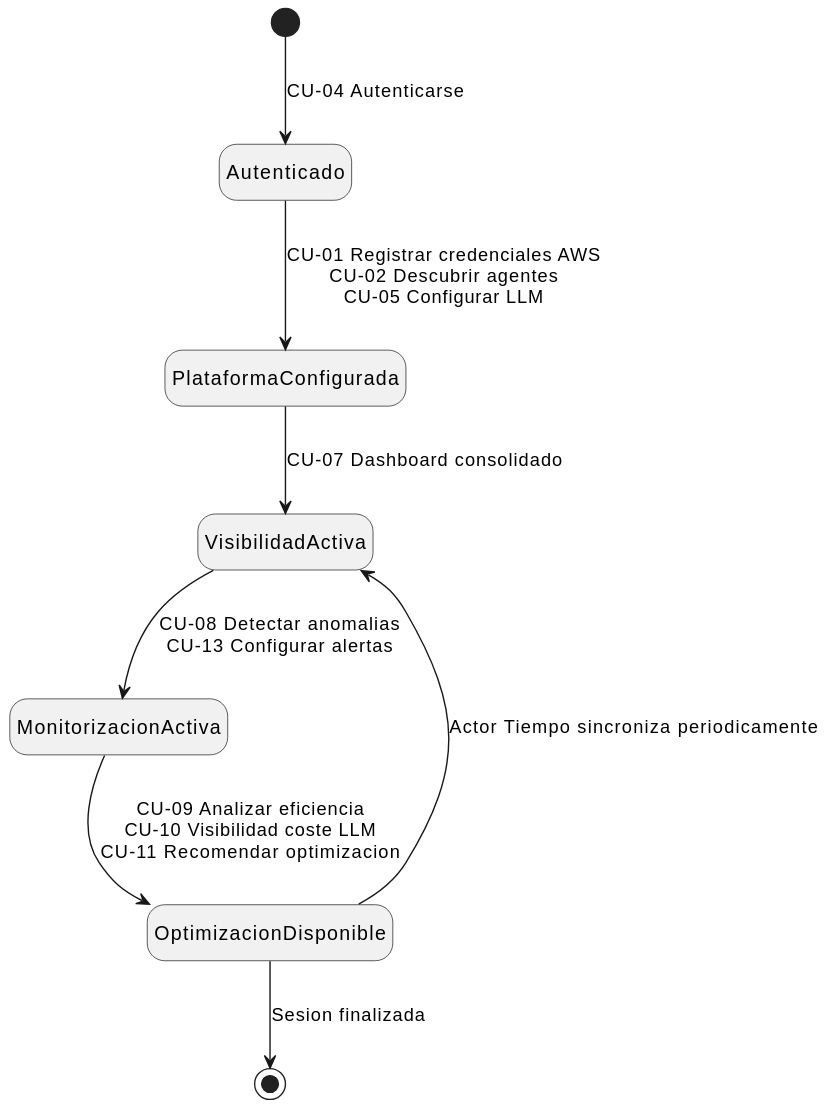
Before: Capítulos/Capítulo 2/CdU/DiagramaContexto/Contexto.svg, a diagram exported from PlantUML (JoseSalceda/TFG). The source it was exported from:
```plantuml
@startuml
hide empty description

[*] --> Autenticado : CU-04 Autenticarse

Autenticado --> PlataformaConfigurada : CU-01 Registrar credenciales AWS\nCU-02 Descubrir agentes\nCU-05 Configurar LLM

PlataformaConfigurada --> VisibilidadActiva : CU-07 Dashboard consolidado

VisibilidadActiva --> MonitorizacionActiva : CU-08 Detectar anomalias\nCU-13 Configurar alertas

MonitorizacionActiva --> OptimizacionDisponible : CU-09 Analizar eficiencia\nCU-10 Visibilidad coste LLM\nCU-11 Recomendar optimizacion

OptimizacionDisponible --> VisibilidadActiva : Actor Tiempo sincroniza periodicamente

OptimizacionDisponible --> [*] : Sesion finalizada
@enduml
```
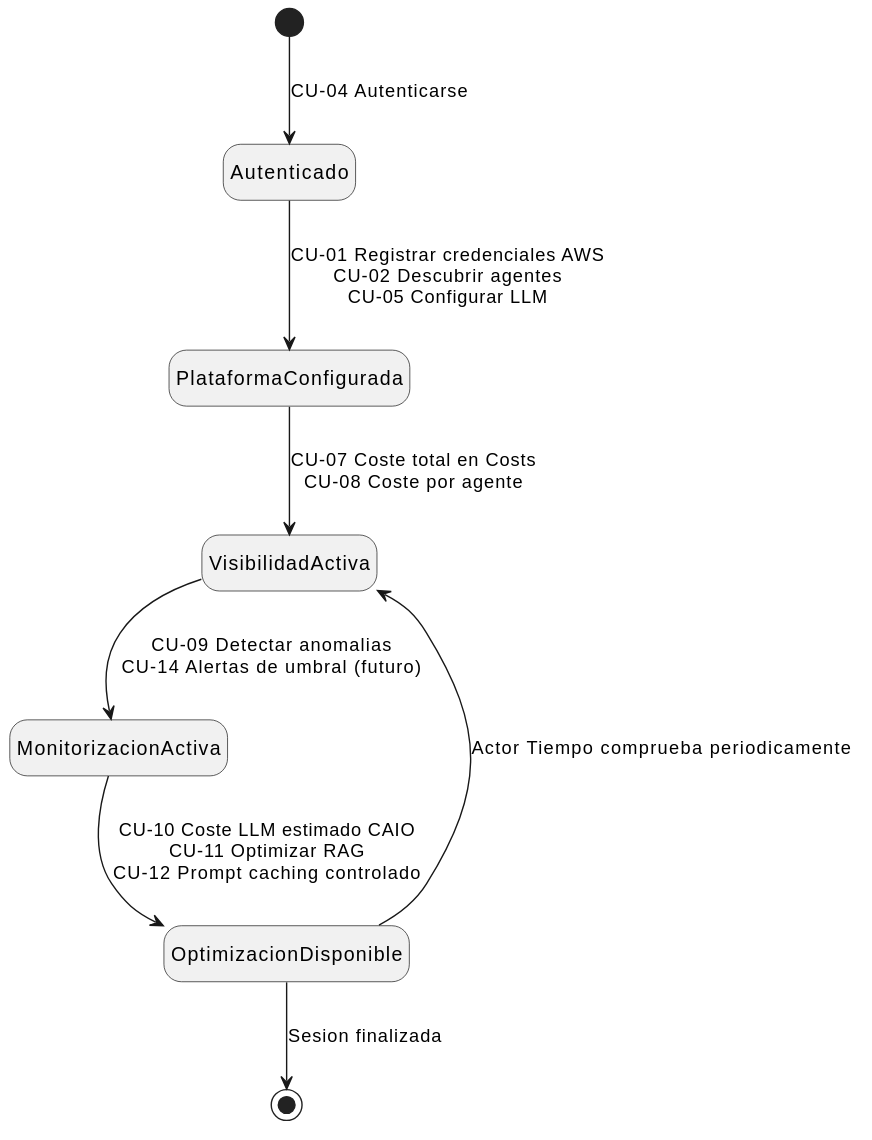
The same diagram one commit later.

The edit, as a diff of the source:
```diff
@@ -5,13 +5,13 @@
 
 Autenticado --> PlataformaConfigurada : CU-01 Registrar credenciales AWS\nCU-02 Descubrir agentes\nCU-05 Configurar LLM
 
-PlataformaConfigurada --> VisibilidadActiva : CU-07 Dashboard consolidado
+PlataformaConfigurada --> VisibilidadActiva : CU-07 Coste total en Costs\nCU-08 Coste por agente
 
-VisibilidadActiva --> MonitorizacionActiva : CU-08 Detectar anomalias\nCU-13 Configurar alertas
+VisibilidadActiva --> MonitorizacionActiva : CU-09 Detectar anomalias\nCU-14 Alertas de umbral (futuro)
 
-MonitorizacionActiva --> OptimizacionDisponible : CU-09 Analizar eficiencia\nCU-10 Visibilidad coste LLM\nCU-11 Recomendar optimizacion
+MonitorizacionActiva --> OptimizacionDisponible : CU-10 Coste LLM estimado CAIO\nCU-11 Optimizar RAG\nCU-12 Prompt caching controlado
 
-OptimizacionDisponible --> VisibilidadActiva : Actor Tiempo sincroniza periodicamente
+OptimizacionDisponible --> VisibilidadActiva : Actor Tiempo comprueba periodicamente
 
 OptimizacionDisponible --> [*] : Sesion finalizada
 @enduml
```
